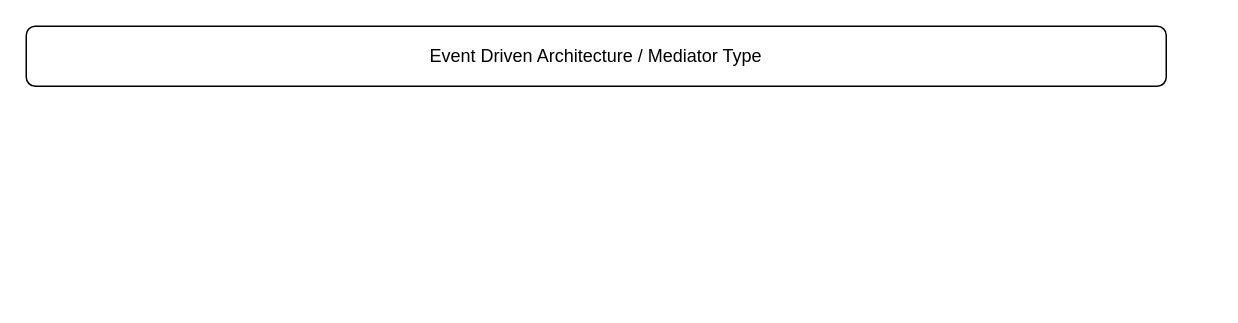
Earlier version of the draw.io diagram page "PSY" (4 of 4) of 名称未設定ファイル.drawio (minegishirei/draw_v1). Source tidied: cells renumbered, new cells numbered last; positions are measured from the earlier drawing's top-left corner, leaving out a move shared by most shapes. Both pictures are drawn from the tidied source at 150%, with x=0, y=0 at pixel (26, 26).
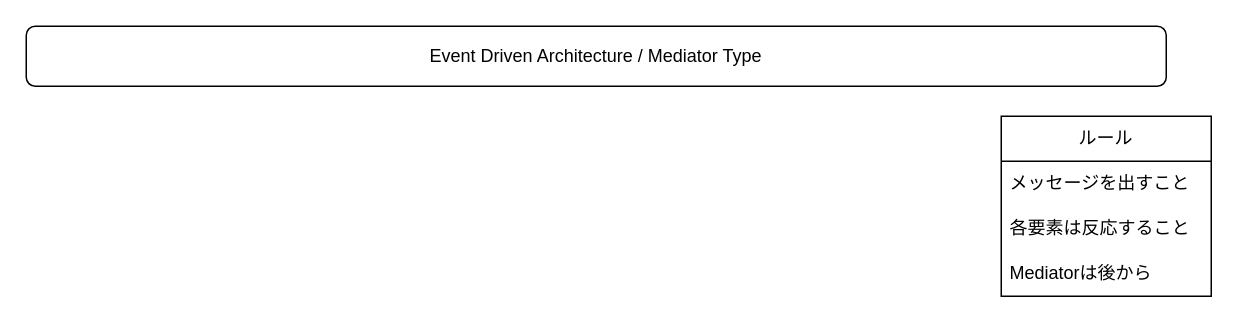
The same page after the edit.

Commit message:
名称未設定ファイル.drawio を更新します

The edit, as a diff of the source:
```diff
@@
 <mxGraphModel>
   <root>
     <mxCell id="0" />
     <mxCell id="1" parent="0" />
     <mxCell id="2" value="Event Driven Architecture / Mediator Type" style="rounded=1;whiteSpace=wrap;html=1;" parent="1" vertex="1">
       <mxGeometry width="760" height="40" as="geometry" />
     </mxCell>
+    <mxCell id="3" value="ルール" style="swimlane;fontStyle=0;horizontal=1;startSize=30;whiteSpace=wrap;html=1;" parent="1" vertex="1">
+      <mxGeometry x="650" y="60" width="140" height="120" as="geometry" />
+    </mxCell>
+    <mxCell id="4" value="メッセージを出すこと" style="text;strokeColor=none;fillColor=none;align=left;verticalAlign=middle;spacingLeft=4;spacingRight=4;overflow=hidden;whiteSpace=wrap;html=1;" parent="3" vertex="1">
+      <mxGeometry y="30" width="140" height="30" as="geometry" />
+    </mxCell>
+    <mxCell id="5" value="各要素は反応すること" style="text;strokeColor=none;fillColor=none;align=left;verticalAlign=middle;spacingLeft=4;spacingRight=4;overflow=hidden;whiteSpace=wrap;html=1;" parent="3" vertex="1">
+      <mxGeometry y="60" width="140" height="30" as="geometry" />
+    </mxCell>
+    <mxCell id="6" value="Mediatorは後から" style="text;strokeColor=none;fillColor=none;align=left;verticalAlign=middle;spacingLeft=4;spacingRight=4;overflow=hidden;whiteSpace=wrap;html=1;" parent="3" vertex="1">
+      <mxGeometry y="90" width="140" height="30" as="geometry" />
+    </mxCell>
   </root>
 </mxGraphModel>
```
